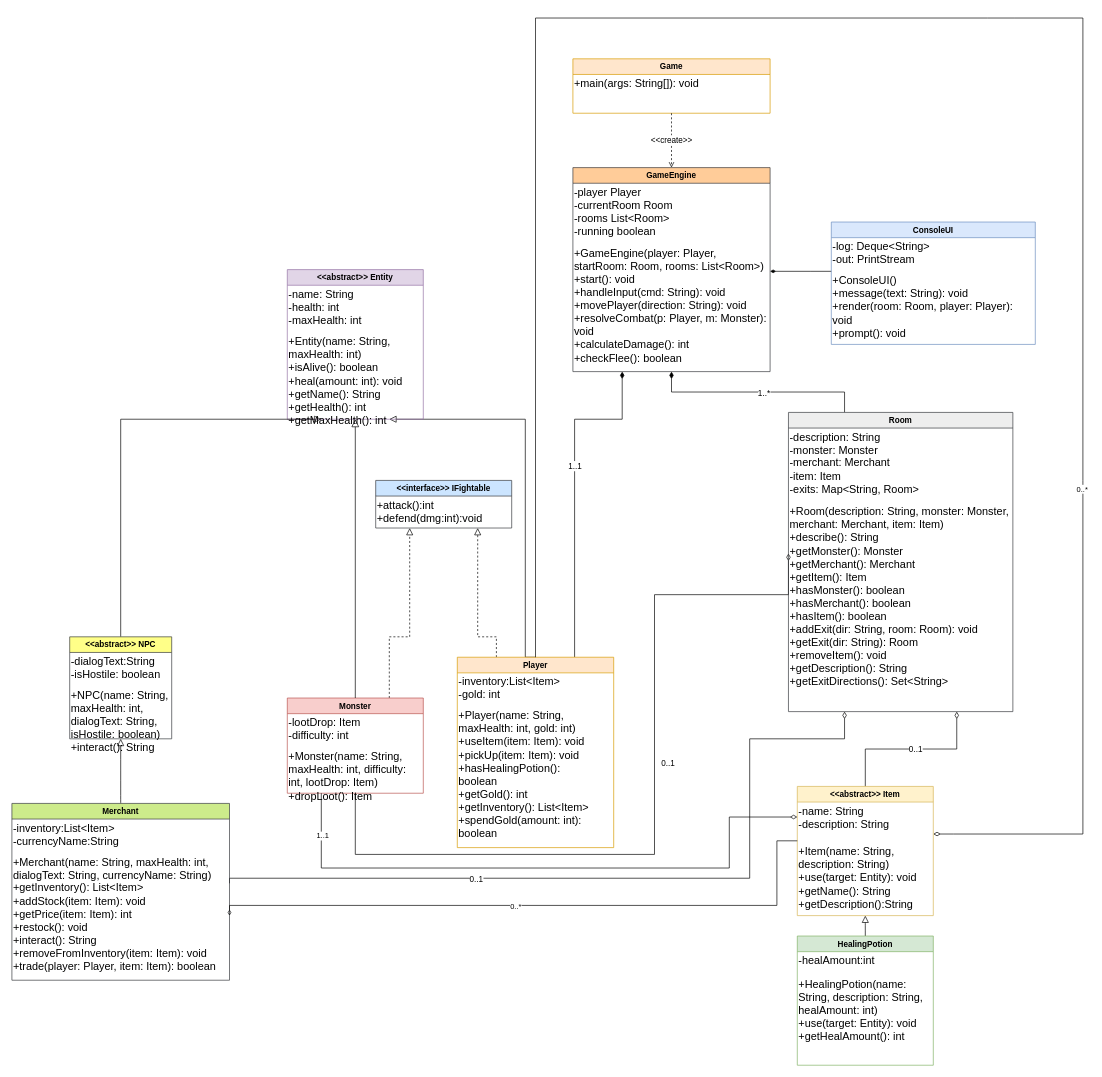
This is Diagrams/DungeonAdventure_Klassendiagramm.drawio from V1perZerofy/uml_project, a draw.io file, before an edit. Source tidied: cells renumbered, new cells numbered last; positions are measured from the earlier drawing's top-left corner, leaving out a move shared by most shapes. Both pictures are drawn from the tidied source at 68%, with x=0, y=0 at pixel (12, 18).
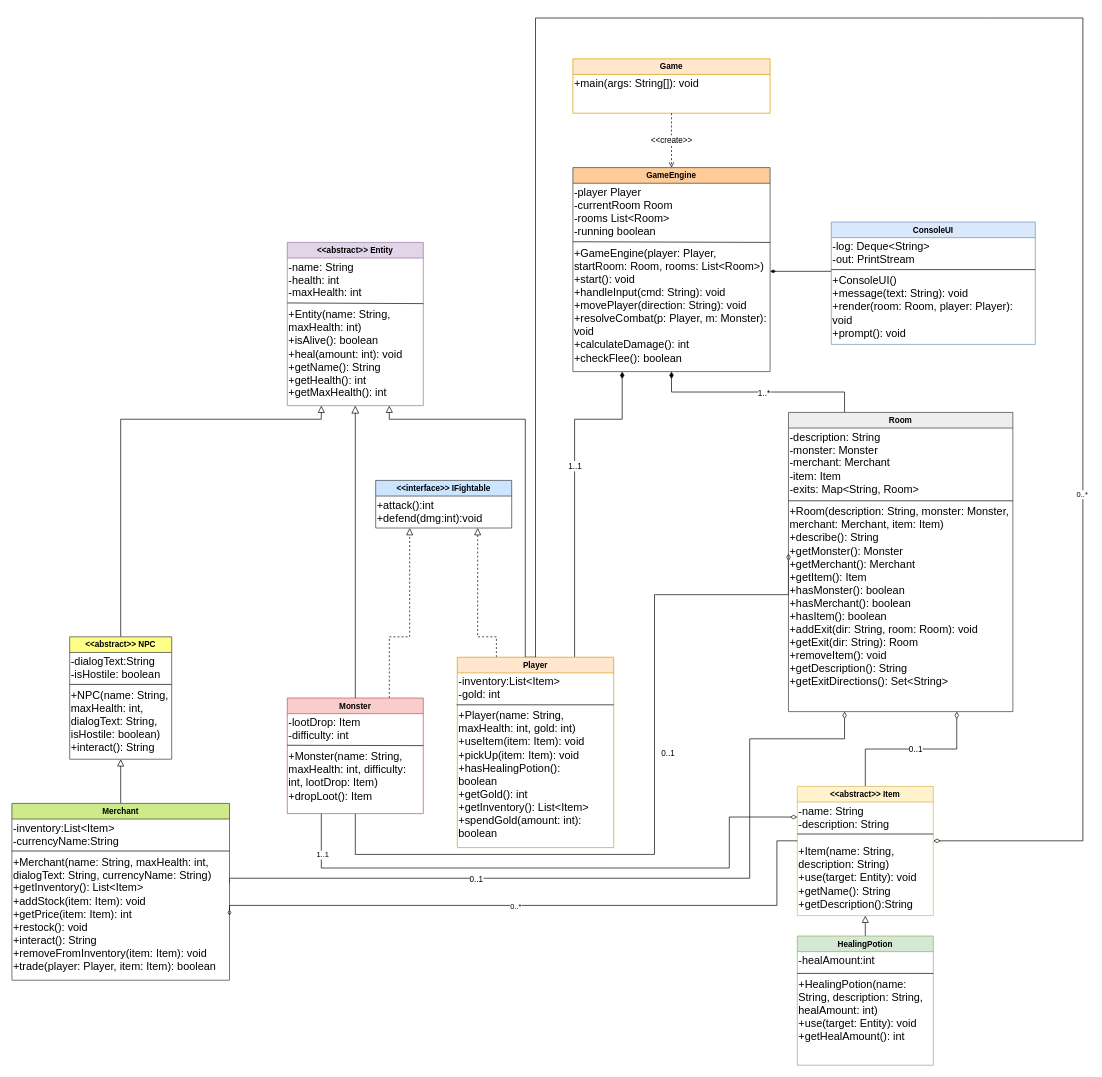
After the change.

Commit message (it also covers changes not shown here):
Update UML diagram: adjust dimensions and add missing edges for clarity

Unchanged cells that the change refers to:
```xml
<mxCell id="4" value="-name: String&lt;div&gt;-health: int&lt;/div&gt;&lt;div&gt;-maxHealth: int&lt;/div&gt;" style="text;html=1;whiteSpace=wrap;strokeColor=none;fillColor=none;align=left;verticalAlign=top;rounded=0;fontSize=16;" parent="3" vertex="1">
  <mxGeometry y="20" width="200" height="70" as="geometry" />
</mxCell>
<mxCell id="9" value="&amp;lt;&amp;lt;abstract&amp;gt;&amp;gt; Item" style="swimlane;whiteSpace=wrap;html=1;fillColor=#fff2cc;strokeColor=#d6b656;" parent="1" vertex="1">
  <mxGeometry x="1155" y="1130" width="200" height="190" as="geometry" />
</mxCell>
<mxCell id="10" value="+Item(name: String, description: String)&lt;div&gt;+use(target: Entity): void&lt;/div&gt;&lt;div&gt;+getName(): String&lt;/div&gt;&lt;div&gt;+getDescription():String&lt;/div&gt;" style="text;html=1;whiteSpace=wrap;strokeColor=none;fillColor=none;align=left;verticalAlign=top;rounded=0;fontSize=16;" parent="9" vertex="1">
  <mxGeometry y="80" width="200" height="70" as="geometry" />
</mxCell>
<mxCell id="11" value="-name: String&lt;div&gt;-description: String&lt;/div&gt;" style="text;html=1;whiteSpace=wrap;strokeColor=none;fillColor=none;align=left;verticalAlign=top;rounded=0;fontSize=16;" parent="9" vertex="1">
  <mxGeometry y="20" width="200" height="50" as="geometry" />
</mxCell>
<mxCell id="15" value="Player" style="swimlane;whiteSpace=wrap;html=1;fillColor=#ffe6cc;strokeColor=#d79b00;" parent="1" vertex="1">
  <mxGeometry x="655" y="940" width="230" height="280" as="geometry" />
</mxCell>
<mxCell id="26" value="HealingPotion" style="swimlane;whiteSpace=wrap;html=1;fillColor=#d5e8d4;strokeColor=#82b366;" parent="1" vertex="1">
  <mxGeometry x="1155" y="1350" width="200" height="190" as="geometry" />
</mxCell>
<mxCell id="31" value="Room" style="swimlane;whiteSpace=wrap;html=1;fillColor=#eeeeee;strokeColor=#36393d;" parent="1" vertex="1">
  <mxGeometry x="1142" y="580" width="330" height="440" as="geometry" />
</mxCell>
<mxCell id="33" value="+Room(description: String, monster: Monster, merchant: Merchant, item: Item)&lt;div&gt;+describe(): String&lt;/div&gt;&lt;div&gt;+getMonster(): Monster&lt;/div&gt;&lt;div&gt;+getMerchant(): Merchant&lt;/div&gt;&lt;div&gt;+getItem(): Item&lt;/div&gt;&lt;div&gt;+hasMonster(): boolean&lt;/div&gt;&lt;div&gt;+hasMerchant(): boolean&lt;/div&gt;&lt;div&gt;+hasItem(): boolean&lt;/div&gt;&lt;div&gt;+addExit(dir: String, room: Room): void&lt;/div&gt;&lt;div&gt;+getExit(dir: String): Room&lt;/div&gt;&lt;div&gt;+removeItem(): void&lt;/div&gt;&lt;div&gt;+getDescription(): String&lt;/div&gt;&lt;div&gt;+getExitDirections(): Set&amp;lt;String&amp;gt;&lt;/div&gt;" style="text;html=1;whiteSpace=wrap;strokeColor=none;fillColor=none;align=left;verticalAlign=top;rounded=0;fontSize=16;" parent="31" vertex="1">
  <mxGeometry y="130" width="330" height="310" as="geometry" />
</mxCell>
<mxCell id="34" value="GameEngine" style="swimlane;whiteSpace=wrap;html=1;fillColor=#ffcc99;strokeColor=#36393d;" parent="1" vertex="1">
  <mxGeometry x="825" y="220" width="290" height="300" as="geometry" />
</mxCell>
<mxCell id="35" value="+GameEngine(player: Player, startRoom: Room, rooms: List&amp;lt;Room&amp;gt;)&lt;div&gt;+start(): void&lt;/div&gt;&lt;div&gt;+handleInput(cmd: String): void&lt;/div&gt;&lt;div&gt;+movePlayer(direction: String): void&lt;/div&gt;&lt;div&gt;+resolveCombat(p: Player, m: Monster): void&lt;/div&gt;&lt;div&gt;+calculateDamage(): int&lt;/div&gt;&lt;div&gt;+checkFlee(): boolean&lt;/div&gt;" style="text;html=1;whiteSpace=wrap;strokeColor=none;fillColor=none;align=left;verticalAlign=top;rounded=0;fontSize=16;" parent="34" vertex="1">
  <mxGeometry y="110" width="290" height="170" as="geometry" />
</mxCell>
<mxCell id="40" value="+NPC(name: String, maxHealth: int, dialogText: String, isHostile: boolean)&lt;div&gt;+interact(): String&lt;/div&gt;" style="text;html=1;whiteSpace=wrap;strokeColor=none;fillColor=none;align=left;verticalAlign=top;rounded=0;fontSize=16;" parent="38" vertex="1">
  <mxGeometry y="70" width="150" height="80" as="geometry" />
</mxCell>
<mxCell id="44" value="Merchant" style="swimlane;whiteSpace=wrap;html=1;fillColor=#cdeb8b;strokeColor=#36393d;" parent="1" vertex="1">
  <mxGeometry y="1155" width="320" height="260" as="geometry" />
</mxCell>
<mxCell id="46" value="+Merchant(name: String, maxHealth: int, dialogText: String, currencyName: String)&lt;div&gt;+getInventory(): List&amp;lt;Item&amp;gt;&lt;/div&gt;&lt;div&gt;+addStock(item: Item): void&lt;/div&gt;&lt;div&gt;+getPrice(item: Item): int&lt;/div&gt;&lt;div&gt;+restock(): void&lt;/div&gt;&lt;div&gt;+interact(): String&lt;/div&gt;&lt;div&gt;+removeFromInventory(item: Item): void&lt;/div&gt;&lt;div&gt;+trade(player: Player, item: Item): boolean&lt;/div&gt;" style="text;html=1;whiteSpace=wrap;strokeColor=none;fillColor=none;align=left;verticalAlign=top;rounded=0;fontSize=16;" parent="44" vertex="1">
  <mxGeometry y="70" width="320" height="190" as="geometry" />
</mxCell>
<mxCell id="56" value="ConsoleUI" style="swimlane;whiteSpace=wrap;html=1;fillColor=#dae8fc;strokeColor=#6c8ebf;" parent="1" vertex="1">
  <mxGeometry x="1205" y="300" width="300" height="180" as="geometry" />
</mxCell>
<mxCell id="58" value="+ConsoleUI()&lt;div&gt;+message(text: String): void&lt;/div&gt;&lt;div&gt;+render(room: Room, player: Player): void&lt;/div&gt;&lt;div&gt;+prompt(): void&lt;/div&gt;" style="text;html=1;whiteSpace=wrap;strokeColor=none;fillColor=none;align=left;verticalAlign=top;rounded=0;fontSize=16;" parent="56" vertex="1">
  <mxGeometry y="70" width="300" height="90" as="geometry" />
</mxCell>
```

The edit, as a diff of the source:
```diff
@@
     <mxCell id="3" value="&amp;lt;&amp;lt;abstract&amp;gt;&amp;gt; Entity" style="swimlane;whiteSpace=wrap;html=1;fillColor=#e1d5e7;strokeColor=#9673a6;" parent="1" vertex="1">
-      <mxGeometry x="405" y="370" width="200" height="220" as="geometry" />
+      <mxGeometry x="405" y="330" width="200" height="240" as="geometry" />
     </mxCell>
@@
     <mxCell id="5" value="+Entity(name: String, maxHealth: int)&lt;div&gt;+isAlive(): boolean&lt;/div&gt;&lt;div&gt;+heal(amount: int): void&lt;/div&gt;&lt;div&gt;+getName(): String&lt;/div&gt;&lt;div&gt;+getHealth(): int&lt;/div&gt;&lt;div&gt;+getMaxHealth(): int&lt;/div&gt;" style="text;html=1;whiteSpace=wrap;strokeColor=none;fillColor=none;align=left;verticalAlign=top;rounded=0;fontSize=16;" parent="3" vertex="1">
-      <mxGeometry y="90" width="200" height="130" as="geometry" />
+      <mxGeometry y="90" width="200" height="150" as="geometry" />
     </mxCell>
+    <mxCell id="61" style="edgeStyle=none;html=1;exitX=0;exitY=0;exitDx=0;exitDy=0;entryX=1;entryY=1;entryDx=0;entryDy=0;endArrow=none;endFill=0;" parent="3" edge="1" target="4">
+      <mxGeometry relative="1" as="geometry">
+        <mxPoint y="89" as="sourcePoint" />
+      </mxGeometry>
+    </mxCell>
@@
+    <mxCell id="62" style="edgeStyle=none;html=1;endArrow=none;endFill=0;entryX=1;entryY=0;entryDx=0;entryDy=0;" parent="9" edge="1">
+      <mxGeometry relative="1" as="geometry">
+        <mxPoint y="70" as="sourcePoint" />
+        <mxPoint x="200" y="70" as="targetPoint" />
+      </mxGeometry>
+    </mxCell>
@@
+    <mxCell id="63" style="edgeStyle=none;html=1;exitX=0;exitY=0;exitDx=0;exitDy=0;entryX=1;entryY=0.25;entryDx=0;entryDy=0;endArrow=none;endFill=0;" parent="15" edge="1" target="15">
+      <mxGeometry relative="1" as="geometry">
+        <mxPoint x="-1" y="70" as="sourcePoint" />
+      </mxGeometry>
+    </mxCell>
@@
     <mxCell id="21" value="Monster" style="swimlane;whiteSpace=wrap;html=1;fillColor=#f8cecc;strokeColor=#b85450;" parent="1" vertex="1">
-      <mxGeometry x="405" y="1000" width="200" height="140" as="geometry" />
+      <mxGeometry x="405" y="1000" width="200" height="170" as="geometry" />
     </mxCell>
@@
     <mxCell id="23" value="+Monster(name: String, maxHealth: int, difficulty: int, lootDrop: Item)&lt;div&gt;+dropLoot(): Item&lt;/div&gt;" style="text;html=1;whiteSpace=wrap;strokeColor=none;fillColor=none;align=left;verticalAlign=top;rounded=0;fontSize=16;" parent="21" vertex="1">
-      <mxGeometry y="70" width="200" height="70" as="geometry" />
+      <mxGeometry y="70" width="200" height="100" as="geometry" />
     </mxCell>
+    <mxCell id="64" style="edgeStyle=none;html=1;exitX=0;exitY=0;exitDx=0;exitDy=0;entryX=1;entryY=0;entryDx=0;entryDy=0;endArrow=none;endFill=0;" parent="21" edge="1" target="23">
+      <mxGeometry relative="1" as="geometry">
+        <mxPoint y="69.5" as="sourcePoint" />
+      </mxGeometry>
+    </mxCell>
@@
+    <mxCell id="65" style="edgeStyle=none;html=1;endArrow=none;endFill=0;entryX=1;entryY=0;entryDx=0;entryDy=0;" parent="26" edge="1">
+      <mxGeometry relative="1" as="geometry">
+        <mxPoint y="55" as="sourcePoint" />
+        <mxPoint x="200" y="55" as="targetPoint" />
+      </mxGeometry>
+    </mxCell>
@@
+    <mxCell id="66" style="edgeStyle=none;html=1;exitX=0;exitY=0;exitDx=0;exitDy=0;entryX=1;entryY=0;entryDx=0;entryDy=0;endArrow=none;endFill=0;" parent="31" edge="1" target="33">
+      <mxGeometry relative="1" as="geometry">
+        <mxPoint y="130" as="sourcePoint" />
+      </mxGeometry>
+    </mxCell>
@@
+    <mxCell id="67" style="edgeStyle=none;html=1;exitX=0;exitY=0;exitDx=0;exitDy=0;entryX=1;entryY=0;entryDx=0;entryDy=0;endArrow=none;endFill=0;" parent="34" edge="1" target="35">
+      <mxGeometry relative="1" as="geometry">
+        <mxPoint y="109" as="sourcePoint" />
+      </mxGeometry>
+    </mxCell>
@@
     <mxCell id="38" value="&amp;lt;&amp;lt;abstract&amp;gt;&amp;gt; NPC" style="swimlane;whiteSpace=wrap;html=1;fillColor=#ffff88;strokeColor=#36393d;" parent="1" vertex="1">
-      <mxGeometry x="85" y="910" width="150" height="150" as="geometry" />
+      <mxGeometry x="85" y="910" width="150" height="180" as="geometry" />
     </mxCell>
@@
+    <mxCell id="68" style="edgeStyle=none;html=1;exitX=0;exitY=0;exitDx=0;exitDy=0;entryX=1;entryY=0;entryDx=0;entryDy=0;endArrow=none;endFill=0;" parent="38" edge="1" source="40" target="40">
+      <mxGeometry relative="1" as="geometry" />
+    </mxCell>
@@
+    <mxCell id="69" style="edgeStyle=none;html=1;entryX=1;entryY=0;entryDx=0;entryDy=0;endArrow=none;endFill=0;exitX=0;exitY=0;exitDx=0;exitDy=0;" parent="44" edge="1" source="46" target="46">
+      <mxGeometry relative="1" as="geometry" />
+    </mxCell>
@@
+    <mxCell id="70" style="edgeStyle=none;html=1;exitX=0;exitY=0;exitDx=0;exitDy=0;entryX=1;entryY=0;entryDx=0;entryDy=0;endArrow=none;endFill=0;" parent="56" edge="1" source="58" target="58">
+      <mxGeometry relative="1" as="geometry" />
+    </mxCell>
-    <mxCell id="59" style="edgeStyle=none;html=1;exitX=0.5;exitY=0;exitDx=0;exitDy=0;entryX=1;entryY=1;entryDx=0;entryDy=0;rounded=0;curved=0;endArrow=diamondThin;endFill=0;endSize=8;" parent="1" edge="1" source="15" target="11">
+    <mxCell id="59" style="edgeStyle=none;html=1;exitX=0.5;exitY=0;exitDx=0;exitDy=0;entryX=1;entryY=0;entryDx=0;entryDy=0;rounded=0;curved=0;endArrow=diamondThin;endFill=0;endSize=8;" parent="1" edge="1" source="15" target="10">
       <mxGeometry relative="1" as="geometry">
         <Array as="points">
           <mxPoint x="770" />
           <mxPoint x="1435" />
           <mxPoint x="1475" />
           <mxPoint x="1575" />
           <mxPoint x="1575" y="680" />
-          <mxPoint x="1575" y="1200" />
-          <mxPoint x="1385" y="1200" />
+          <mxPoint x="1575" y="1210" />
+          <mxPoint x="1465" y="1210" />
         </Array>
       </mxGeometry>
     </mxCell>
```
